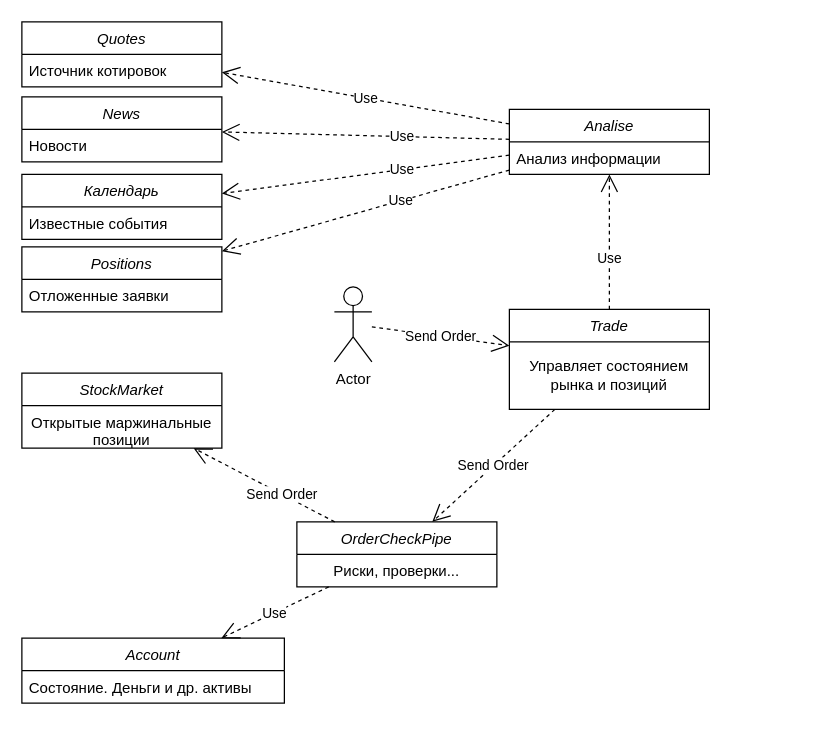
ikabaev/tinkoff-invest keeps this draw.io diagram as class.drawio. Above is the earlier version. Source tidied: cells renumbered, new cells numbered last; positions are measured from the earlier drawing's top-left corner, leaving out a move shared by most shapes. Both pictures are drawn from the tidied source at 125%, with x=0, y=0 at pixel (21, 21).
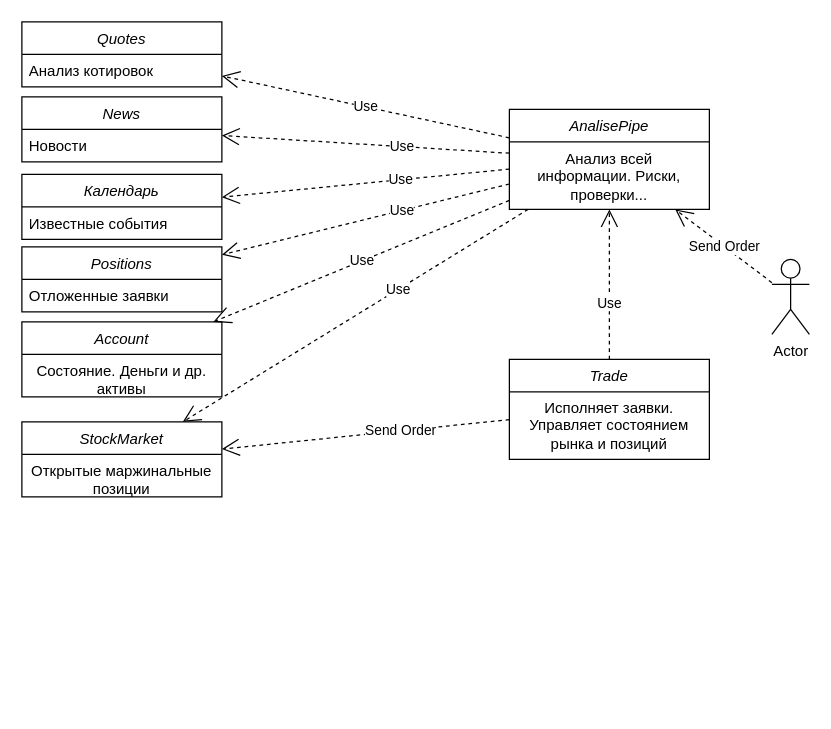
The same diagram, later.

The change refers to these unchanged cells:
```xml
<mxCell id="6" value="Quotes" style="swimlane;fontStyle=2;align=center;verticalAlign=top;horizontal=1;startSize=26;rounded=0;shadow=0;strokeWidth=1;" parent="1" vertex="1">
  <mxGeometry width="160" height="52" as="geometry" />
</mxCell>
```

Diff of the diagram source:
```diff
@@
     <mxCell id="2" value="Account" style="swimlane;fontStyle=2;align=center;verticalAlign=top;horizontal=1;startSize=26;rounded=0;shadow=0;strokeWidth=1;" parent="1" vertex="1">
-      <mxGeometry y="493" width="210" height="52" as="geometry" />
+      <mxGeometry y="240" width="160" height="60" as="geometry" />
     </mxCell>
-    <mxCell id="3" value="Состояние. Деньги и др. активы" style="text;align=left;verticalAlign=top;spacingLeft=4;spacingRight=4;overflow=hidden;" parent="2" vertex="1">
-      <mxGeometry y="26" width="210" height="26" as="geometry" />
+    <mxCell id="3" value="Состояние. Деньги и др. активы" style="text;align=center;verticalAlign=top;spacingLeft=4;spacingRight=4;overflow=hidden;whiteSpace=wrap;" parent="2" vertex="1">
+      <mxGeometry y="26" width="160" height="34" as="geometry" />
     </mxCell>
-    <mxCell id="4" value="OrderCheckPipe" style="swimlane;fontStyle=2;align=center;verticalAlign=top;horizontal=1;startSize=26;rounded=0;shadow=0;strokeWidth=1;" parent="1" vertex="1">
-      <mxGeometry x="220" y="400" width="160" height="52" as="geometry" />
-    </mxCell>
-    <mxCell id="5" value="Риски, проверки..." style="text;align=center;verticalAlign=top;spacingLeft=4;spacingRight=4;overflow=hidden;" parent="4" vertex="1">
-      <mxGeometry y="26" width="160" height="26" as="geometry" />
-    </mxCell>
@@
-    <mxCell id="7" value="Источник котировок" style="text;align=left;verticalAlign=top;spacingLeft=4;spacingRight=4;overflow=hidden;" parent="6" vertex="1">
+    <mxCell id="7" value="Анализ котировок" style="text;align=left;verticalAlign=top;spacingLeft=4;spacingRight=4;overflow=hidden;" parent="6" vertex="1">
       <mxGeometry y="26" width="160" height="26" as="geometry" />
     </mxCell>
-    <mxCell id="8" value="Use" style="endArrow=open;endSize=12;dashed=1;html=1;rounded=0;" parent="1" edge="1" source="4" target="2">
+    <mxCell id="8" value="Use" style="endArrow=open;endSize=12;dashed=1;html=1;rounded=0;" parent="1" edge="1" source="18" target="2">
       <mxGeometry relative="1" as="geometry" />
     </mxCell>
     <mxCell id="9" value="StockMarket" style="swimlane;fontStyle=2;align=center;verticalAlign=top;horizontal=1;startSize=26;rounded=0;shadow=0;strokeWidth=1;" parent="1" vertex="1">
-      <mxGeometry y="281" width="160" height="60" as="geometry" />
+      <mxGeometry y="320" width="160" height="60" as="geometry" />
     </mxCell>
@@
-    <mxCell id="11" value="Send Order" style="endArrow=open;endSize=12;dashed=1;html=1;rounded=0;" parent="1" edge="1" source="12" target="4">
-      <mxGeometry relative="1" as="geometry" />
-    </mxCell>
     <mxCell id="12" value="Trade" style="swimlane;fontStyle=2;align=center;verticalAlign=top;horizontal=1;startSize=26;rounded=0;shadow=0;strokeWidth=1;" parent="1" vertex="1">
-      <mxGeometry x="390" y="230" width="160" height="80" as="geometry" />
+      <mxGeometry x="390" y="270" width="160" height="80" as="geometry" />
     </mxCell>
-    <mxCell id="13" value="Управляет состоянием рынка и позиций" style="text;align=center;verticalAlign=middle;spacingLeft=4;spacingRight=4;overflow=hidden;whiteSpace=wrap;" parent="12" vertex="1">
+    <mxCell id="13" value="Исполняет заявки. Управляет состоянием рынка и позиций" style="text;align=center;verticalAlign=middle;spacingLeft=4;spacingRight=4;overflow=hidden;whiteSpace=wrap;" parent="12" vertex="1">
       <mxGeometry y="26" width="160" height="54" as="geometry" />
     </mxCell>
@@
-    <mxCell id="18" value="Analise" style="swimlane;fontStyle=2;align=center;verticalAlign=top;horizontal=1;startSize=26;rounded=0;shadow=0;strokeWidth=1;" parent="1" vertex="1">
-      <mxGeometry x="390" y="70" width="160" height="52" as="geometry" />
+    <mxCell id="18" value="AnalisePipe" style="swimlane;fontStyle=2;align=center;verticalAlign=top;horizontal=1;startSize=26;rounded=0;shadow=0;strokeWidth=1;whiteSpace=wrap;" parent="1" vertex="1">
+      <mxGeometry x="390" y="70" width="160" height="80" as="geometry" />
     </mxCell>
-    <mxCell id="19" value="Анализ информации" style="text;align=left;verticalAlign=top;spacingLeft=4;spacingRight=4;overflow=hidden;" parent="18" vertex="1">
-      <mxGeometry y="26" width="160" height="26" as="geometry" />
+    <mxCell id="19" value="Анализ всей информации. Риски, проверки..." style="text;align=center;verticalAlign=top;spacingLeft=4;spacingRight=4;overflow=hidden;whiteSpace=wrap;" parent="18" vertex="1">
+      <mxGeometry y="26" width="160" height="54" as="geometry" />
     </mxCell>
@@
-    <mxCell id="24" value="Send Order" style="endArrow=open;endSize=12;dashed=1;html=1;rounded=0;" parent="1" edge="1" source="4" target="9">
+    <mxCell id="24" value="Use" style="endArrow=open;endSize=12;dashed=1;html=1;rounded=0;" parent="1" edge="1" source="18" target="9">
       <mxGeometry x="-0.25" relative="1" as="geometry" />
     </mxCell>
     <mxCell id="25" value="Actor" style="shape=umlActor;verticalLabelPosition=bottom;verticalAlign=top;html=1;" parent="1" vertex="1">
-      <mxGeometry x="250" y="212" width="30" height="60" as="geometry" />
+      <mxGeometry x="600" y="190" width="30" height="60" as="geometry" />
     </mxCell>
-    <mxCell id="26" value="Send Order" style="endArrow=open;endSize=12;dashed=1;html=1;rounded=0;" parent="1" edge="1" source="25" target="12">
+    <mxCell id="26" value="Send Order" style="endArrow=open;endSize=12;dashed=1;html=1;rounded=0;" parent="1" edge="1" source="25" target="18">
       <mxGeometry relative="1" as="geometry" />
     </mxCell>
@@
+    <mxCell id="11" value="Send Order" style="endArrow=open;endSize=12;dashed=1;html=1;rounded=0;" parent="1" edge="1" source="12" target="9">
+      <mxGeometry x="-0.25" relative="1" as="geometry" />
+    </mxCell>
```
